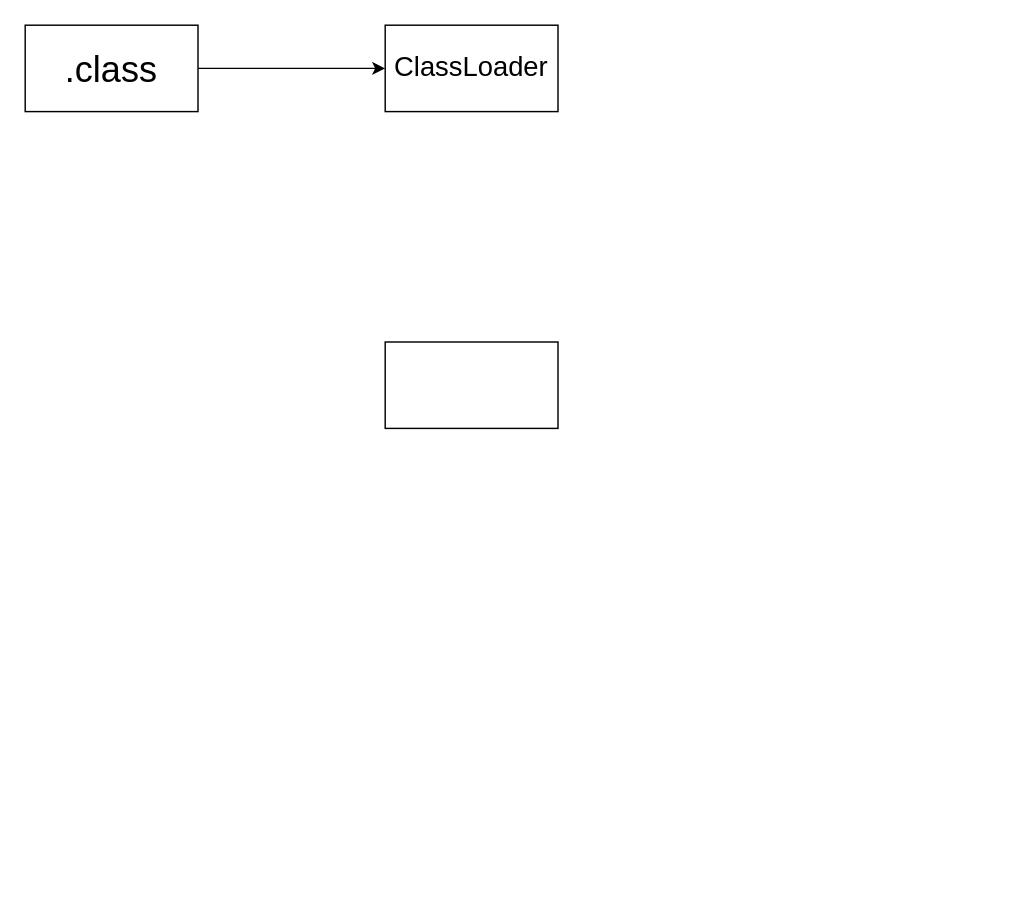
The draw.io diagram JVM.drawio in funnyjacy/Drawio, before the edit. Source tidied: cells renumbered, new cells numbered last; positions are measured from the earlier drawing's top-left corner, leaving out a move shared by most shapes. Both pictures are drawn from the tidied source at 144%, with x=0, y=0 at pixel (24, 24).
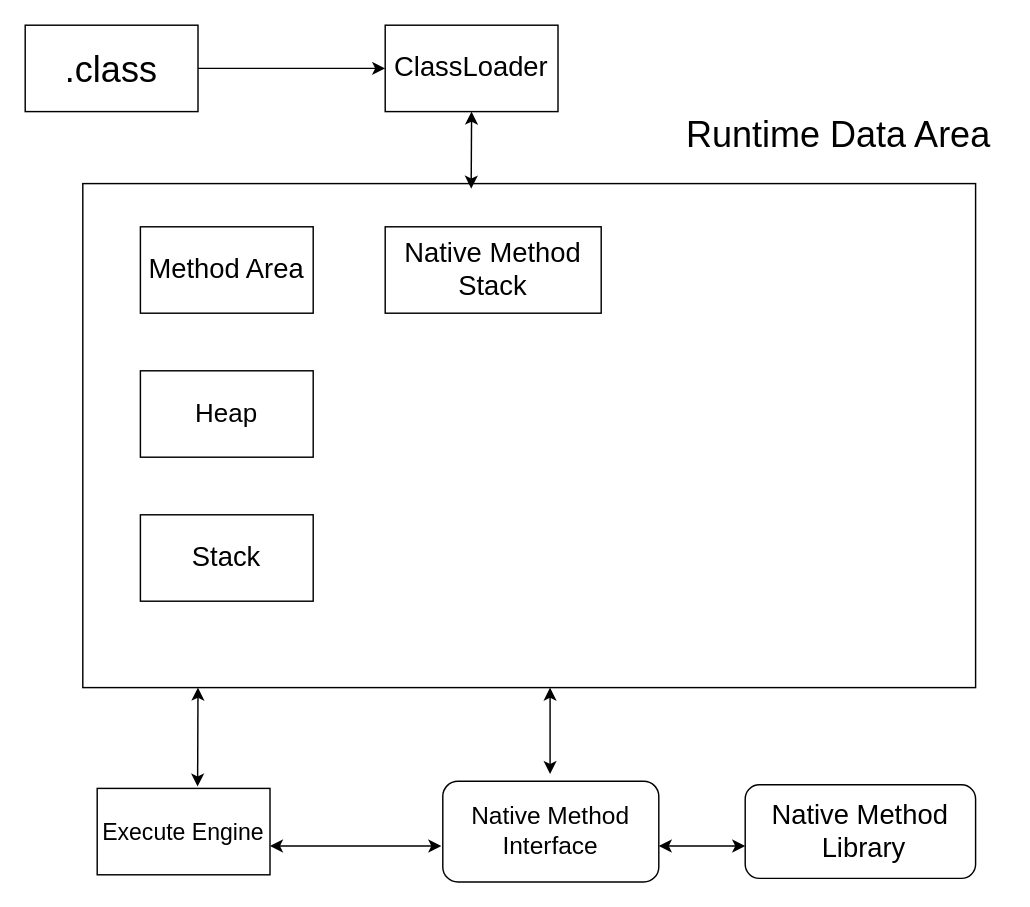
The same page after the edit.

The edit, as a diff of the source:
```diff
@@
     <mxCell id="4" style="rounded=0;whiteSpace=wrap;html=1;" parent="1" vertex="1">
-      <mxGeometry x="250" y="220" width="120" height="60" as="geometry" />
+      <mxGeometry x="40" y="110" width="620" height="350" as="geometry" />
     </mxCell>
@@
+    <mxCell id="6" value="&lt;font style=&quot;font-size: 19px;&quot;&gt;Method Area&lt;/font&gt;" style="rounded=0;whiteSpace=wrap;html=1;" parent="1" vertex="1">
+      <mxGeometry x="80" y="140" width="120" height="60" as="geometry" />
+    </mxCell>
+    <mxCell id="7" value="&lt;font style=&quot;font-size: 18px;&quot;&gt;Heap&lt;/font&gt;" style="rounded=0;whiteSpace=wrap;html=1;" parent="1" vertex="1">
+      <mxGeometry x="80" y="240" width="120" height="60" as="geometry" />
+    </mxCell>
+    <mxCell id="8" value="&lt;font style=&quot;font-size: 19px;&quot;&gt;Stack&lt;/font&gt;" style="rounded=0;whiteSpace=wrap;html=1;" parent="1" vertex="1">
+      <mxGeometry x="80" y="340" width="120" height="60" as="geometry" />
+    </mxCell>
+    <mxCell id="9" value="&lt;font style=&quot;font-size: 19px;&quot;&gt;Native Method Stack&lt;/font&gt;" style="rounded=0;whiteSpace=wrap;html=1;" parent="1" vertex="1">
+      <mxGeometry x="250" y="140" width="150" height="60" as="geometry" />
+    </mxCell>
+    <mxCell id="10" value="&lt;font style=&quot;font-size: 16px;&quot;&gt;Execute&amp;nbsp;&lt;span style=&quot;background-color: transparent; color: light-dark(rgb(0, 0, 0), rgb(255, 255, 255));&quot;&gt;Engine&lt;/span&gt;&lt;/font&gt;" style="rounded=0;whiteSpace=wrap;html=1;" parent="1" vertex="1">
+      <mxGeometry x="50" y="530" width="120" height="60" as="geometry" />
+    </mxCell>
+    <mxCell id="11" style="endArrow=classic;startArrow=classic;html=1;rounded=0;exitX=0.581;exitY=-0.022;exitDx=0;exitDy=0;exitPerimeter=0;" parent="1" edge="1" source="10">
+      <mxGeometry relative="1" as="geometry">
+        <mxPoint x="120" y="460" as="targetPoint" />
+      </mxGeometry>
+    </mxCell>
+    <mxCell id="12" value="&lt;font style=&quot;font-size: 17px;&quot;&gt;Native Method Interface&lt;/font&gt;" style="rounded=1;whiteSpace=wrap;html=1;" parent="1" vertex="1">
+      <mxGeometry x="290" y="525" width="150" height="70" as="geometry" />
+    </mxCell>
+    <mxCell id="13" style="endArrow=classic;startArrow=classic;html=1;rounded=0;entryX=-0.007;entryY=0.643;entryDx=0;entryDy=0;entryPerimeter=0;" parent="1" edge="1" target="12">
+      <mxGeometry relative="1" as="geometry">
+        <mxPoint x="170" y="570" as="sourcePoint" />
+      </mxGeometry>
+    </mxCell>
+    <mxCell id="14" style="endArrow=classic;startArrow=classic;html=1;rounded=0;" parent="1" edge="1">
+      <mxGeometry relative="1" as="geometry">
+        <mxPoint x="364.5" y="520" as="sourcePoint" />
+        <mxPoint x="364.5" y="460" as="targetPoint" />
+      </mxGeometry>
+    </mxCell>
+    <mxCell id="15" value="&lt;font style=&quot;font-size: 19px;&quot;&gt;Native Method&lt;/font&gt;&lt;div&gt;&lt;font style=&quot;font-size: 19px;&quot;&gt;&amp;nbsp;Library&lt;/font&gt;&lt;/div&gt;" style="rounded=1;whiteSpace=wrap;html=1;" parent="1" vertex="1">
+      <mxGeometry x="500" y="527.5" width="160" height="65" as="geometry" />
+    </mxCell>
+    <mxCell id="16" style="endArrow=classic;startArrow=classic;html=1;rounded=0;exitX=0.435;exitY=0.01;exitDx=0;exitDy=0;exitPerimeter=0;" parent="1" edge="1" source="4">
+      <mxGeometry relative="1" as="geometry">
+        <mxPoint x="310" y="60" as="targetPoint" />
+      </mxGeometry>
+    </mxCell>
+    <mxCell id="17" style="endArrow=classic;startArrow=classic;html=1;rounded=0;entryX=0;entryY=0.654;entryDx=0;entryDy=0;entryPerimeter=0;" parent="1" edge="1" target="15">
+      <mxGeometry relative="1" as="geometry">
+        <mxPoint x="440" y="570" as="sourcePoint" />
+      </mxGeometry>
+    </mxCell>
+    <mxCell id="18" value="&lt;font style=&quot;font-size: 25px;&quot;&gt;Runtime Data Area&lt;/font&gt;" style="text;html=1;whiteSpace=wrap;strokeColor=none;fillColor=none;align=center;verticalAlign=middle;rounded=0;" parent="1" vertex="1">
+      <mxGeometry x="450" y="60" width="230" height="30" as="geometry" />
+    </mxCell>
```
